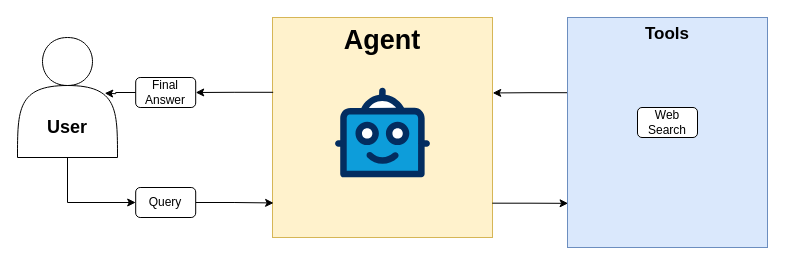
Before: diagrams/agent.drawio in lamalab-org/matextract-book, a draw.io diagram. Source tidied: cells renumbered, new cells numbered last; positions are measured from the earlier drawing's top-left corner, leaving out a move shared by most shapes. Both pictures are drawn from the tidied source at 100%, with x=0, y=0 at pixel (17, 17).
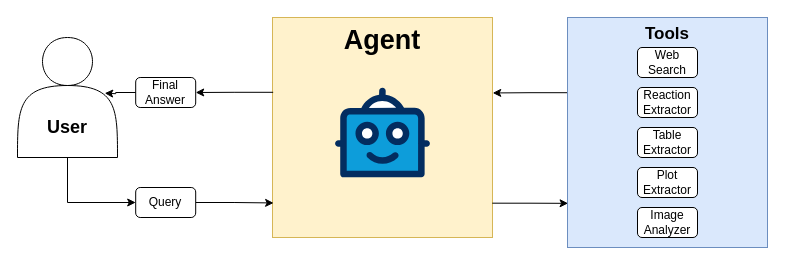
The same diagram, later.

Diff of the diagram source:
```diff
@@
     <mxCell id="11" value="Web Search" style="rounded=1;whiteSpace=wrap;html=1;fontSize=12;glass=0;strokeWidth=1;shadow=0;" parent="1" vertex="1">
-      <mxGeometry x="620" y="90" width="60" height="30" as="geometry" />
+      <mxGeometry x="620" y="30" width="60" height="30" as="geometry" />
     </mxCell>
@@
+    <mxCell id="16" value="Reaction Extractor" style="rounded=1;whiteSpace=wrap;html=1;fontSize=12;glass=0;strokeWidth=1;shadow=0;" parent="1" vertex="1">
+      <mxGeometry x="620" y="70" width="60" height="30" as="geometry" />
+    </mxCell>
+    <mxCell id="17" value="Table Extractor" style="rounded=1;whiteSpace=wrap;html=1;fontSize=12;glass=0;strokeWidth=1;shadow=0;" parent="1" vertex="1">
+      <mxGeometry x="620" y="110" width="60" height="30" as="geometry" />
+    </mxCell>
+    <mxCell id="18" value="Plot Extractor" style="rounded=1;whiteSpace=wrap;html=1;fontSize=12;glass=0;strokeWidth=1;shadow=0;" parent="1" vertex="1">
+      <mxGeometry x="620" y="150" width="60" height="30" as="geometry" />
+    </mxCell>
+    <mxCell id="19" value="Image Analyzer" style="rounded=1;whiteSpace=wrap;html=1;fontSize=12;glass=0;strokeWidth=1;shadow=0;" parent="1" vertex="1">
+      <mxGeometry x="620" y="190" width="60" height="30" as="geometry" />
+    </mxCell>
```
